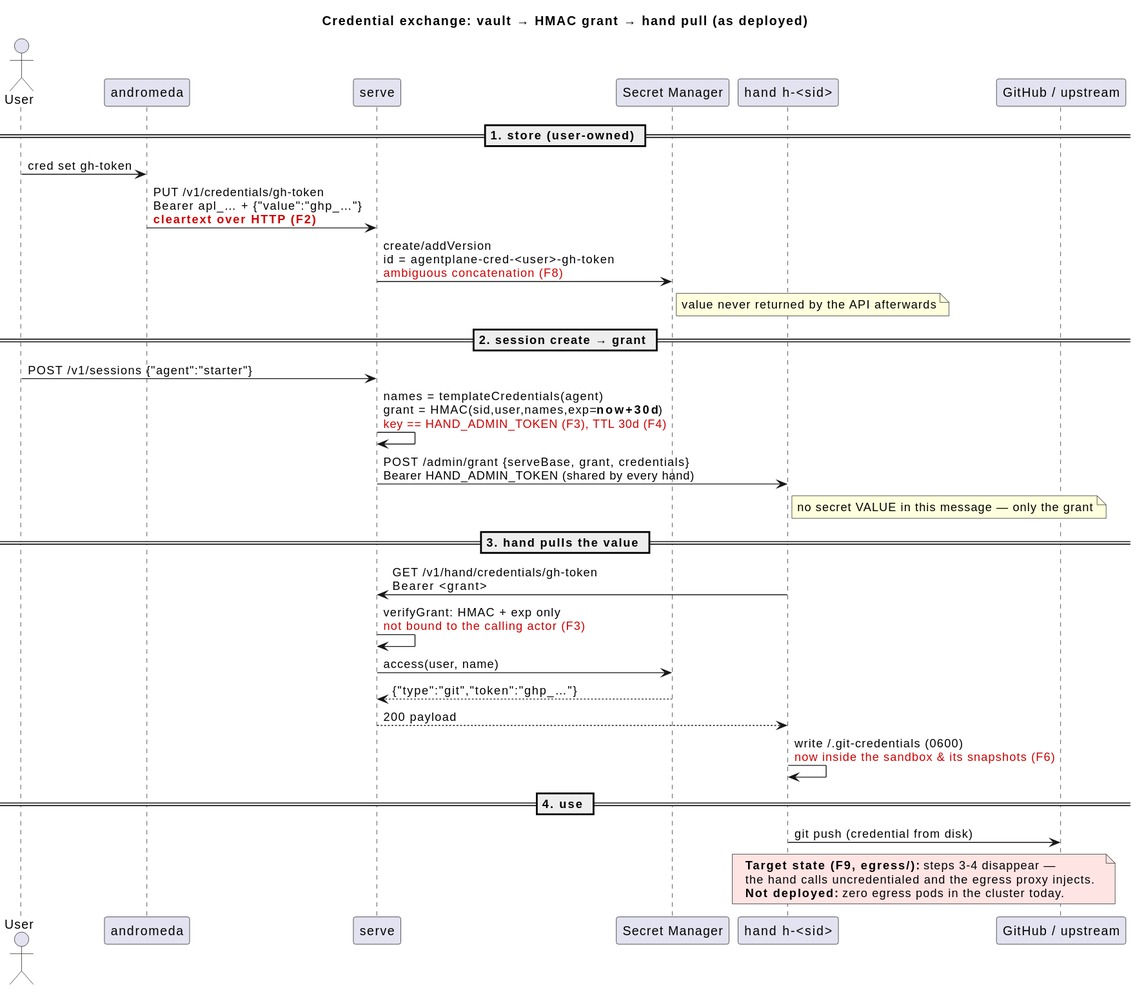
Earlier version of the PlantUML export agentplane/docs/threat-model/seq-vault-grant.svg (agents-community/supercluster).
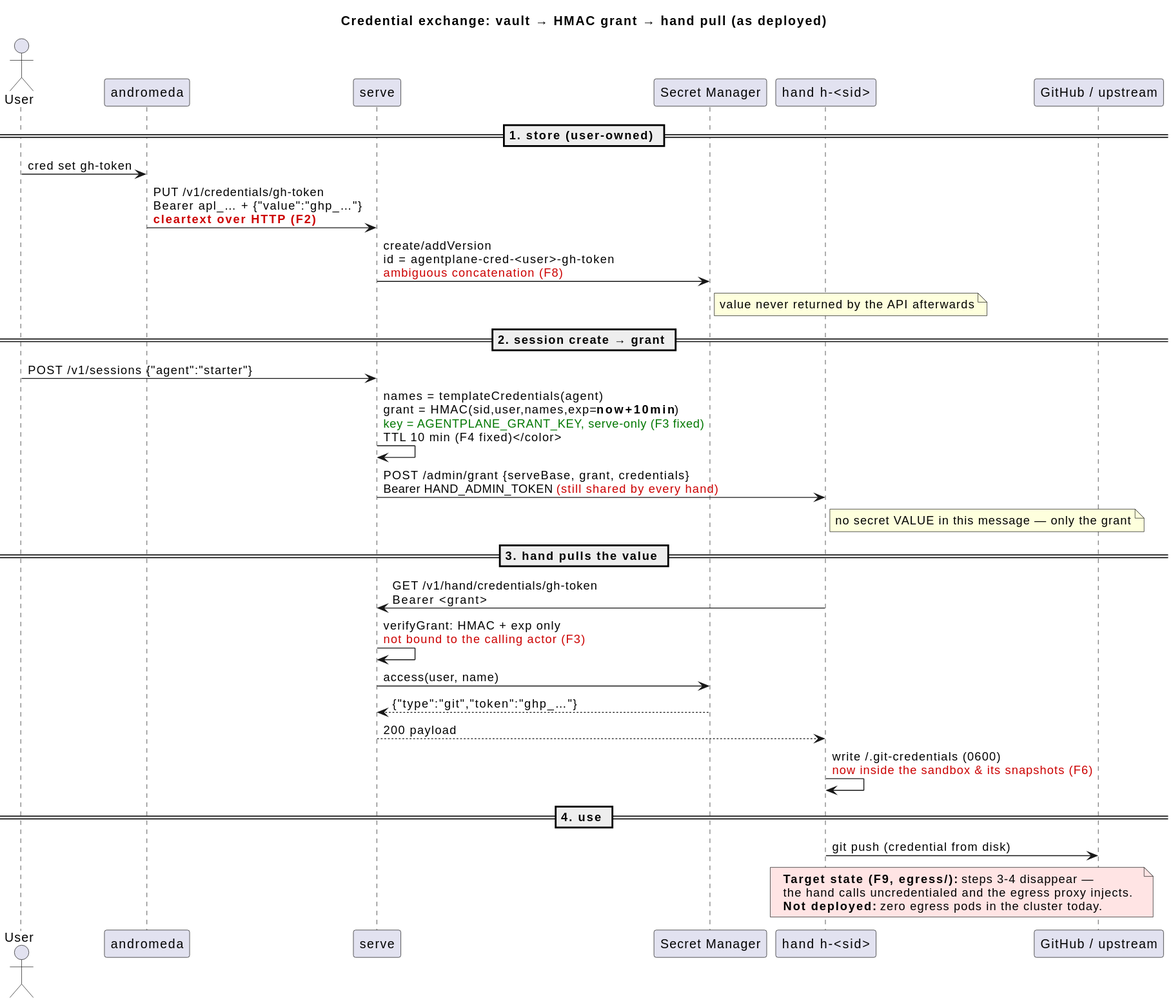
After the change.

What changed in the source:
```diff
@@ -16,8 +16,8 @@
 
 == 2. session create → grant ==
 User -> serve : POST /v1/sessions {"agent":"starter"}
-serve -> serve : names = templateCredentials(agent)\ngrant = HMAC(sid,user,names,exp=<b>now+30d</b>)\n<color:#CC0000>key == HAND_ADMIN_TOKEN (F3), TTL 30d (F4)</color>
-serve -> hand : POST /admin/grant  {serveBase, grant, credentials}\nBearer HAND_ADMIN_TOKEN (shared by every hand)
+serve -> serve : names = templateCredentials(agent)\ngrant = HMAC(sid,user,names,exp=<b>now+10min</b>)\n<color:#007700>key = AGENTPLANE_GRANT_KEY, serve-only (F3 fixed)\nTTL 10 min (F4 fixed)</color>
+serve -> hand : POST /admin/grant  {serveBase, grant, credentials}\nBearer HAND_ADMIN_TOKEN <color:#CC0000>(still shared by every hand)</color>
 note right of hand : no secret VALUE in this message — only the grant
 
 == 3. hand pulls the value ==
```
